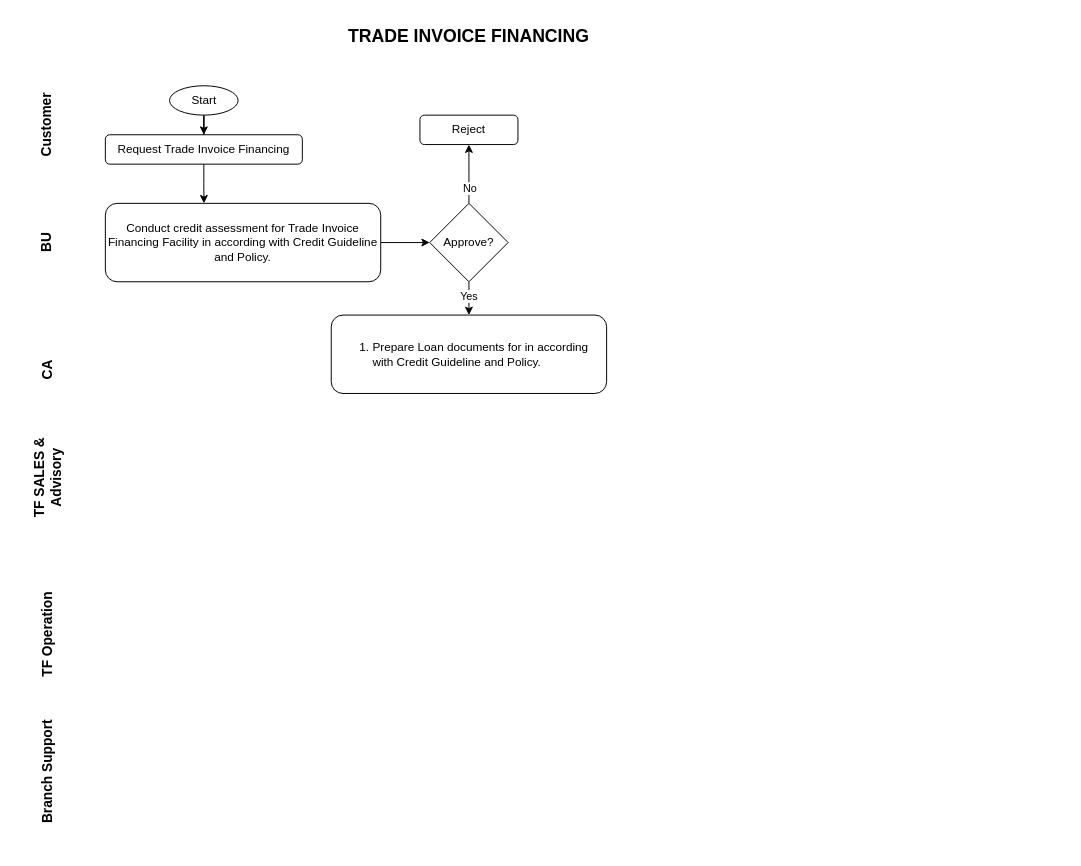
kirikroem/brainleader keeps this draw.io diagram as Trade Invoice Financing.drawio. Above is the earlier version. Source tidied: cells renumbered, new cells numbered last; positions are measured from the earlier drawing's top-left corner, leaving out a move shared by most shapes. Both pictures are drawn from the tidied source at 98%, with x=0, y=0 at pixel (-13, 17).
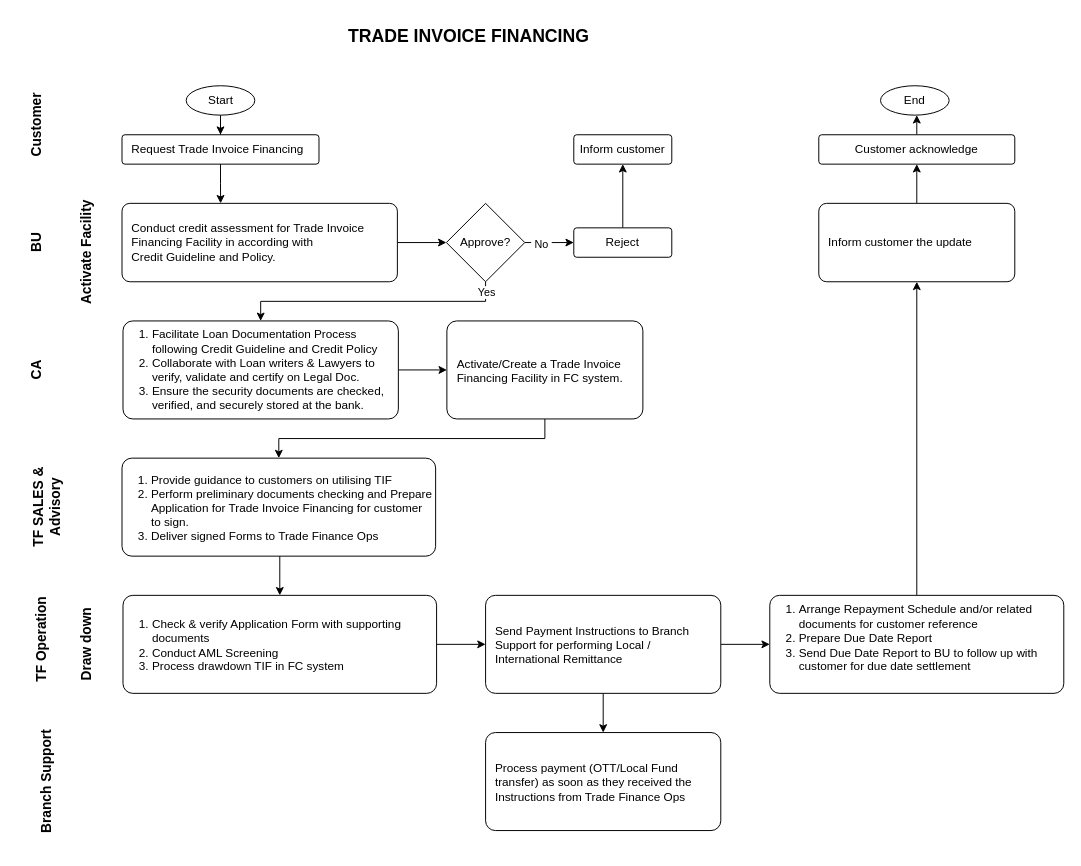
The same page after the edit.

What changed in the source:
```diff
@@
     <mxCell id="3" value="Customer" style="text;html=1;align=center;verticalAlign=middle;whiteSpace=wrap;rounded=0;fontSize=14;fontStyle=1;rotation=-90;" parent="1" vertex="1">
-      <mxGeometry y="90" width="120" height="40" as="geometry" />
+      <mxGeometry x="-10" y="90" width="120" height="40" as="geometry" />
     </mxCell>
     <mxCell id="4" value="BU" style="text;html=1;align=center;verticalAlign=middle;whiteSpace=wrap;rounded=0;fontSize=14;fontStyle=1;rotation=-90;" parent="1" vertex="1">
-      <mxGeometry y="210" width="120" height="40" as="geometry" />
+      <mxGeometry x="-10" y="210" width="120" height="40" as="geometry" />
     </mxCell>
     <mxCell id="5" value="CA" style="text;html=1;align=center;verticalAlign=middle;whiteSpace=wrap;rounded=0;fontSize=14;fontStyle=1;rotation=270;" parent="1" vertex="1">
-      <mxGeometry x="1" y="340" width="120" height="40" as="geometry" />
+      <mxGeometry x="-10" y="340" width="120" height="40" as="geometry" />
     </mxCell>
     <mxCell id="6" value="TF SALES &amp;amp; Advisory" style="text;html=1;align=center;verticalAlign=middle;whiteSpace=wrap;rounded=0;fontSize=14;fontStyle=1;rotation=270;" parent="1" vertex="1">
-      <mxGeometry x="1" y="450" width="120" height="40" as="geometry" />
+      <mxGeometry x="-10" y="480" width="140" height="40" as="geometry" />
     </mxCell>
     <mxCell id="7" value="TF Operation" style="text;html=1;align=center;verticalAlign=middle;whiteSpace=wrap;rounded=0;fontSize=14;fontStyle=1;rotation=270;" parent="1" vertex="1">
-      <mxGeometry x="1" y="610" width="120" height="40" as="geometry" />
+      <mxGeometry x="-10" y="615" width="130" height="40" as="geometry" />
     </mxCell>
     <mxCell id="8" value="Branch Support" style="text;html=1;align=center;verticalAlign=middle;whiteSpace=wrap;rounded=0;fontSize=14;fontStyle=1;rotation=270;" parent="1" vertex="1">
-      <mxGeometry x="1" y="750" width="120" height="40" as="geometry" />
+      <mxGeometry x="-10" y="760" width="140" height="40" as="geometry" />
     </mxCell>
@@
     <mxCell id="10" value="Start" style="ellipse;whiteSpace=wrap;html=1;" parent="1" vertex="1">
-      <mxGeometry x="185.5" y="70" width="70" height="30" as="geometry" />
+      <mxGeometry x="202.5" y="70" width="70" height="30" as="geometry" />
     </mxCell>
-    <mxCell id="11" value="Request Trade Invoice Financing" style="rounded=1;whiteSpace=wrap;html=1;" parent="1" vertex="1">
-      <mxGeometry x="120" y="120" width="201" height="30" as="geometry" />
+    <mxCell id="11" value="Request Trade Invoice Financing" style="rounded=1;whiteSpace=wrap;html=1;arcSize=10;spacingLeft=8;align=left;" parent="1" vertex="1">
+      <mxGeometry x="137" y="120" width="201" height="30" as="geometry" />
     </mxCell>
@@
-    <mxCell id="13" value="Conduct credit assessment for Trade Invoice Financing Facility in according with Credit&amp;nbsp;Guideline and Policy." style="rounded=1;whiteSpace=wrap;html=1;" parent="1" vertex="1">
-      <mxGeometry x="120" y="190" width="281" height="80" as="geometry" />
+    <mxCell id="13" value="Conduct credit assessment for Trade Invoice Financing Facility in according with Credit&amp;nbsp;Guideline and Policy." style="rounded=1;whiteSpace=wrap;html=1;arcSize=10;spacingTop=0;imageWidth=24;spacingBottom=0;spacingLeft=8;align=left;" parent="1" vertex="1">
+      <mxGeometry x="137" y="190" width="281" height="80" as="geometry" />
     </mxCell>
-    <mxCell id="14" style="edgeStyle=orthogonalEdgeStyle;rounded=0;jettySize=auto;html=1;" parent="1" edge="1" source="18">
-      <mxGeometry relative="1" as="geometry">
-        <mxPoint x="491" y="130" as="targetPoint" />
-      </mxGeometry>
-    </mxCell>
-    <mxCell id="15" value="No" style="edgeLabel;html=1;align=center;verticalAlign=middle;" parent="14" vertex="1">
-      <mxGeometry x="-0.46" relative="1" as="geometry" />
-    </mxCell>
     <mxCell id="16" style="edgeStyle=orthogonalEdgeStyle;rounded=0;jettySize=auto;html=1;entryX=0.5;entryY=0;entryDx=0;entryDy=0;" parent="1" edge="1" source="18" target="21">
-      <mxGeometry relative="1" as="geometry" />
+      <mxGeometry relative="1" as="geometry">
+        <Array as="points">
+          <mxPoint x="508" y="290" />
+          <mxPoint x="279" y="290" />
+        </Array>
+      </mxGeometry>
     </mxCell>
     <mxCell id="17" value="Yes" style="edgeLabel;html=1;align=center;verticalAlign=middle;" parent="16" vertex="1">
-      <mxGeometry x="-0.4" y="-1" relative="1" as="geometry" />
+      <mxGeometry x="-0.4" y="-1" relative="1" as="geometry">
+        <mxPoint x="61" y="-9" as="offset" />
+      </mxGeometry>
     </mxCell>
+    <mxCell id="22" style="edgeStyle=orthogonalEdgeStyle;rounded=0;jettySize=auto;html=1;entryX=0;entryY=0.5;entryDx=0;entryDy=0;" parent="1" edge="1" source="18" target="20">
+      <mxGeometry relative="1" as="geometry" />
+    </mxCell>
+    <mxCell id="15" value="&amp;nbsp;No&amp;nbsp;" style="edgeLabel;html=1;align=center;verticalAlign=middle;" parent="22" vertex="1">
+      <mxGeometry x="-0.34" y="-1" relative="1" as="geometry" />
+    </mxCell>
     <mxCell id="18" value="Approve?" style="rhombus;whiteSpace=wrap;html=1;" parent="1" vertex="1">
-      <mxGeometry x="451" y="190" width="80" height="80" as="geometry" />
+      <mxGeometry x="468" y="190" width="80" height="80" as="geometry" />
     </mxCell>
@@
+    <mxCell id="23" style="edgeStyle=orthogonalEdgeStyle;rounded=0;jettySize=auto;html=1;entryX=0.5;entryY=1;entryDx=0;entryDy=0;" parent="1" edge="1" source="20" target="41">
+      <mxGeometry relative="1" as="geometry" />
+    </mxCell>
-    <mxCell id="20" value="Reject" style="rounded=1;whiteSpace=wrap;html=1;" parent="1" vertex="1">
-      <mxGeometry x="441" y="100" width="100" height="30" as="geometry" />
+    <mxCell id="20" value="Reject" style="rounded=1;whiteSpace=wrap;html=1;arcSize=10;" parent="1" vertex="1">
+      <mxGeometry x="598" y="215" width="100" height="30" as="geometry" />
     </mxCell>
+    <mxCell id="24" style="edgeStyle=orthogonalEdgeStyle;rounded=0;jettySize=auto;html=1;" parent="1" edge="1" source="21" target="26">
+      <mxGeometry relative="1" as="geometry" />
+    </mxCell>
-    <mxCell id="21" value="&lt;ol&gt;&lt;li&gt;Prepare Loan documents for in according with Credit Guideline and Policy.&lt;/li&gt;&lt;/ol&gt;" style="rounded=1;whiteSpace=wrap;html=1;align=left;" parent="1" vertex="1">
-      <mxGeometry x="350.5" y="304" width="281" height="80" as="geometry" />
+    <mxCell id="21" value="&lt;ol&gt;&lt;li&gt;Facilitate Loan Documentation Process following Credit Guideline and Credit Policy&lt;/li&gt;&lt;li&gt;Collaborate with Loan writers &amp;amp; Lawyers to verify, validate and certify on Legal Doc.&lt;/li&gt;&lt;li&gt;Ensure the security documents are checked, verified, and securely stored at the bank.&lt;/li&gt;&lt;/ol&gt;" style="rounded=1;whiteSpace=wrap;html=1;align=left;arcSize=10;spacingLeft=-12;" parent="1" vertex="1">
+      <mxGeometry x="138" y="310" width="281" height="100" as="geometry" />
     </mxCell>
+    <mxCell id="25" style="edgeStyle=orthogonalEdgeStyle;rounded=0;jettySize=auto;html=1;entryX=0.5;entryY=0;entryDx=0;entryDy=0;" parent="1" edge="1" source="26" target="27">
+      <mxGeometry relative="1" as="geometry">
+        <Array as="points">
+          <mxPoint x="569" y="430" />
+          <mxPoint x="297" y="430" />
+        </Array>
+      </mxGeometry>
+    </mxCell>
+    <mxCell id="26" value="&lt;span style=&quot;background-color: transparent; color: light-dark(rgb(0, 0, 0), rgb(255, 255, 255));&quot;&gt;Activate/Create a Trade Invoice Financing Facility in FC system.&lt;/span&gt;" style="rounded=1;whiteSpace=wrap;html=1;align=left;arcSize=10;strokeOpacity=100;imageHeight=24;imageAspect=1;spacingTop=1;spacingLeft=8;" parent="1" vertex="1">
+      <mxGeometry x="468.5" y="310" width="200" height="100" as="geometry" />
+    </mxCell>
+    <mxCell id="27" value="&lt;ol&gt;&lt;li&gt;Provide guidance to customers on utilising TIF&lt;/li&gt;&lt;li&gt;Perform preliminary documents checking and Prepare Application for Trade Invoice Financing for customer to sign.&lt;/li&gt;&lt;li&gt;Deliver signed Forms to Trade Finance Ops&lt;/li&gt;&lt;/ol&gt;" style="rounded=1;whiteSpace=wrap;html=1;align=left;arcSize=10;strokeOpacity=100;imageHeight=24;imageAspect=1;spacingTop=1;spacingLeft=-12;" parent="1" vertex="1">
+      <mxGeometry x="137" y="450" width="320" height="100" as="geometry" />
+    </mxCell>
+    <mxCell id="28" style="edgeStyle=orthogonalEdgeStyle;rounded=0;jettySize=auto;html=1;entryX=0;entryY=0.5;entryDx=0;entryDy=0;" parent="1" edge="1" source="29" target="32">
+      <mxGeometry relative="1" as="geometry" />
+    </mxCell>
+    <mxCell id="29" value="&lt;ol&gt;&lt;li&gt;Check &amp;amp; verify Application Form with supporting documents&lt;/li&gt;&lt;li&gt;Conduct AML Screening&lt;/li&gt;&lt;li&gt;Process drawdown TIF in FC system&lt;/li&gt;&lt;/ol&gt;" style="rounded=1;whiteSpace=wrap;html=1;align=left;arcSize=10;strokeOpacity=100;imageHeight=24;imageAspect=1;spacingTop=1;spacingLeft=-12;" parent="1" vertex="1">
+      <mxGeometry x="138" y="590" width="320" height="100" as="geometry" />
+    </mxCell>
+    <mxCell id="30" style="edgeStyle=orthogonalEdgeStyle;rounded=0;jettySize=auto;html=1;entryX=0.5;entryY=0;entryDx=0;entryDy=0;" parent="1" edge="1" source="32" target="34">
+      <mxGeometry relative="1" as="geometry" />
+    </mxCell>
+    <mxCell id="31" style="edgeStyle=orthogonalEdgeStyle;rounded=0;jettySize=auto;html=1;entryX=0;entryY=0.5;entryDx=0;entryDy=0;" parent="1" edge="1" source="32" target="36">
+      <mxGeometry relative="1" as="geometry" />
+    </mxCell>
+    <mxCell id="32" value="&lt;span style=&quot;background-color: transparent; color: light-dark(rgb(0, 0, 0), rgb(255, 255, 255));&quot;&gt;Send Payment Instructions to Branch Support for performing Local / International Remittance&lt;/span&gt;" style="rounded=1;whiteSpace=wrap;html=1;align=left;arcSize=10;strokeOpacity=100;imageHeight=24;imageAspect=1;spacingTop=1;spacingLeft=8;spacingRight=4;" parent="1" vertex="1">
+      <mxGeometry x="508" y="590" width="240" height="100" as="geometry" />
+    </mxCell>
+    <mxCell id="33" style="edgeStyle=orthogonalEdgeStyle;rounded=0;jettySize=auto;html=1;" parent="1" edge="1" source="27">
+      <mxGeometry relative="1" as="geometry">
+        <mxPoint x="298" y="590" as="targetPoint" />
+        <Array as="points">
+          <mxPoint x="298" y="560" />
+          <mxPoint x="298" y="560" />
+        </Array>
+      </mxGeometry>
+    </mxCell>
+    <mxCell id="34" value="Process payment (OTT/Local Fund transfer) as soon as they received the Instructions from Trade Finance Ops" style="rounded=1;whiteSpace=wrap;html=1;align=left;arcSize=10;strokeOpacity=100;imageHeight=24;imageAspect=1;spacingTop=1;spacingLeft=8;spacingRight=4;" parent="1" vertex="1">
+      <mxGeometry x="508" y="730" width="240" height="100" as="geometry" />
+    </mxCell>
+    <mxCell id="35" style="edgeStyle=orthogonalEdgeStyle;rounded=0;jettySize=auto;html=1;entryX=0.5;entryY=1;entryDx=0;entryDy=0;" parent="1" edge="1" source="36" target="38">
+      <mxGeometry relative="1" as="geometry" />
+    </mxCell>
+    <mxCell id="36" value="&lt;div&gt;&lt;ol&gt;&lt;li&gt;Arrange Repayment Schedule and/or related documents for customer reference&lt;/li&gt;&lt;li&gt;Prepare Due Date Report&amp;nbsp;&lt;/li&gt;&lt;li&gt;Send Due Date Report to BU to follow up with customer for due date settlement&lt;/li&gt;&lt;/ol&gt;&lt;/div&gt;&lt;div&gt;&lt;br&gt;&lt;/div&gt;" style="rounded=1;whiteSpace=wrap;html=1;align=left;arcSize=10;strokeOpacity=100;imageHeight=24;imageAspect=1;spacingTop=1;spacingLeft=-12;spacingRight=4;" parent="1" vertex="1">
+      <mxGeometry x="798" y="590" width="300" height="100" as="geometry" />
+    </mxCell>
+    <mxCell id="37" style="edgeStyle=orthogonalEdgeStyle;rounded=0;jettySize=auto;html=1;entryX=0.5;entryY=1;entryDx=0;entryDy=0;" parent="1" edge="1" source="38" target="40">
+      <mxGeometry relative="1" as="geometry" />
+    </mxCell>
+    <mxCell id="38" value="Inform customer the update" style="rounded=1;whiteSpace=wrap;html=1;arcSize=10;spacingTop=0;imageWidth=24;spacingBottom=0;spacingLeft=8;align=left;" parent="1" vertex="1">
+      <mxGeometry x="848" y="190" width="200" height="80" as="geometry" />
+    </mxCell>
+    <mxCell id="39" style="edgeStyle=orthogonalEdgeStyle;rounded=0;jettySize=auto;html=1;" parent="1" edge="1" source="40">
+      <mxGeometry relative="1" as="geometry">
+        <mxPoint x="948" y="100" as="targetPoint" />
+      </mxGeometry>
+    </mxCell>
+    <mxCell id="40" value="Customer acknowledge" style="rounded=1;whiteSpace=wrap;html=1;arcSize=10;" parent="1" vertex="1">
+      <mxGeometry x="848" y="120" width="200" height="30" as="geometry" />
+    </mxCell>
+    <mxCell id="41" value="Inform customer" style="rounded=1;whiteSpace=wrap;html=1;arcSize=10;" parent="1" vertex="1">
+      <mxGeometry x="598" y="120" width="100" height="30" as="geometry" />
+    </mxCell>
+    <mxCell id="42" value="Activate Facility" style="text;html=1;align=center;verticalAlign=middle;whiteSpace=wrap;rounded=0;fontSize=14;fontStyle=1;rotation=-90;" parent="1" vertex="1">
+      <mxGeometry x="-89" y="220" width="380" height="40" as="geometry" />
+    </mxCell>
+    <mxCell id="43" value="Draw down" style="text;html=1;align=center;verticalAlign=middle;whiteSpace=wrap;rounded=0;fontSize=14;fontStyle=1;rotation=-90;" parent="1" vertex="1">
+      <mxGeometry x="-109" y="620" width="420" height="40" as="geometry" />
+    </mxCell>
+    <mxCell id="44" value="End" style="ellipse;whiteSpace=wrap;html=1;" parent="1" vertex="1">
+      <mxGeometry x="911" y="70" width="70" height="30" as="geometry" />
+    </mxCell>
```
